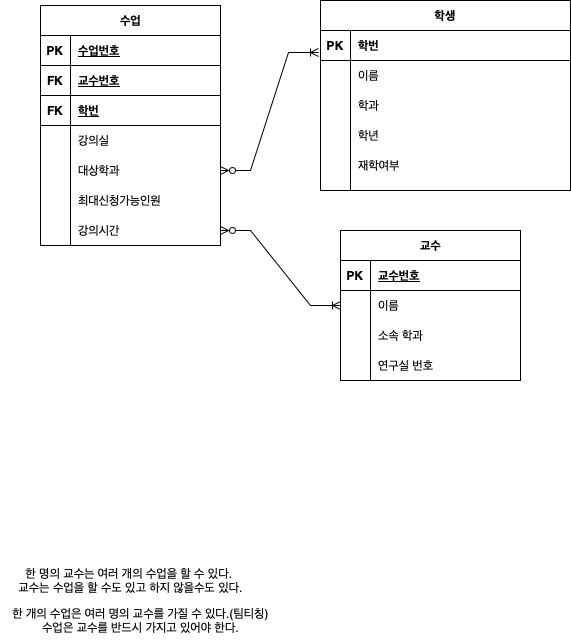
Above: Data Modeling/수강신청.drawio.png in ikkjun/SQL (draw.io), before the change. Source tidied: cells renumbered, new cells last; positions are measured from the earlier drawing's top-left corner, leaving out a move shared by most shapes.
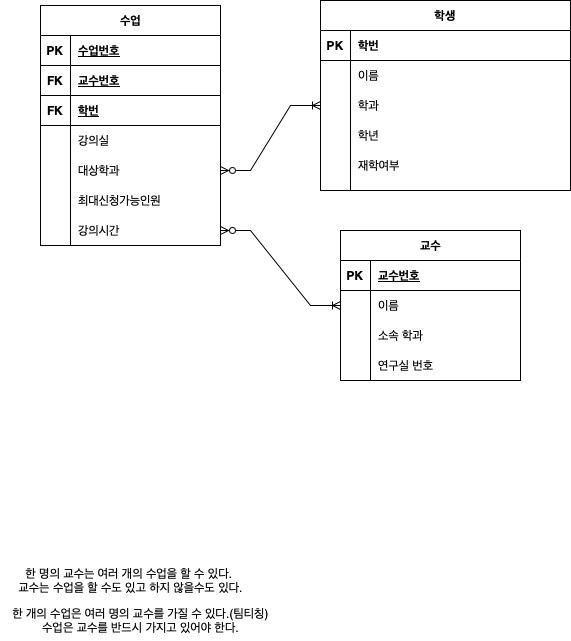
Above is the later version.

Commit message:
수강신청.drawio.png 업데이트

Change to the diagram source:
```diff
@@ -53,7 +53,7 @@
     <mxCell id="18" value="재학여부" style="shape=partialRectangle;overflow=hidden;fillColor=none;top=0;left=0;bottom=0;right=0;align=left;spacingLeft=6;" parent="16" vertex="1">
       <mxGeometry x="30" width="220" height="30" as="geometry" />
     </mxCell>
-    <mxCell id="19" style="edgeStyle=entityRelationEdgeStyle;fontSize=12;html=1;endArrow=ERoneToMany;startArrow=ERzeroToMany;rounded=0;entryX=-0.008;entryY=0.733;entryDx=0;entryDy=0;entryPerimeter=0;exitX=1;exitY=0.5;exitDx=0;exitDy=0;" parent="1" edge="1" source="34" target="4">
+    <mxCell id="19" style="edgeStyle=entityRelationEdgeStyle;fontSize=12;html=1;endArrow=ERoneToMany;startArrow=ERzeroToMany;rounded=0;entryX=0;entryY=0.5;entryDx=0;entryDy=0;exitX=1;exitY=0.5;exitDx=0;exitDy=0;" parent="1" edge="1" source="34" target="10">
       <mxGeometry relative="1" as="geometry" />
     </mxCell>
     <mxCell id="20" style="endArrow=none;html=1;rounded=0;entryX=0.12;entryY=0;entryDx=0;entryDy=0;entryPerimeter=0;" parent="1" edge="1" target="4">
```
